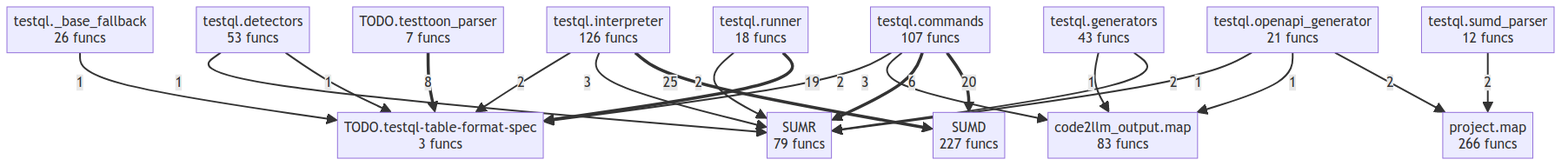
Earlier version of the Mermaid export project/compact_flow.png (oqlos/testql). Its source is kept beside it as project/compact_flow.mmd. The source it was exported from:
```mermaid
flowchart TD
    SUMD["SUMD<br/>227 funcs"]
    SUMR["SUMR<br/>79 funcs"]
    TODO__testql_table_format_spec["TODO.testql-table-format-spec<br/>3 funcs"]
    TODO__testtoon_parser["TODO.testtoon_parser<br/>7 funcs"]
    code2llm_output__map["code2llm_output.map<br/>83 funcs"]
    project__map["project.map<br/>266 funcs"]
    testql___base_fallback["testql._base_fallback<br/>26 funcs"]
    testql__commands["testql.commands<br/>107 funcs"]
    testql__detectors["testql.detectors<br/>53 funcs"]
    testql__generators["testql.generators<br/>43 funcs"]
    testql__interpreter["testql.interpreter<br/>126 funcs"]
    testql__openapi_generator["testql.openapi_generator<br/>21 funcs"]
    testql__runner["testql.runner<br/>18 funcs"]
    testql__sumd_parser["testql.sumd_parser<br/>12 funcs"]
    testql__interpreter ==>|25| SUMD
    testql__commands ==>|20| SUMD
    testql__runner ==>|19| TODO__testql_table_format_spec
    TODO__testtoon_parser ==>|8| TODO__testql_table_format_spec
    testql__commands ==>|6| SUMR
    testql__commands -->|3| code2llm_output__map
    testql__interpreter -->|3| SUMR
    testql__runner -->|2| SUMR
    testql__openapi_generator -->|2| project__map
    testql__sumd_parser -->|2| project__map
    testql__commands -->|2| TODO__testql_table_format_spec
    testql__interpreter -->|2| TODO__testql_table_format_spec
    testql__generators -->|2| SUMR
    testql__openapi_generator -->|1| code2llm_output__map
    testql__openapi_generator -->|1| SUMR
    testql___base_fallback -->|1| TODO__testql_table_format_spec
    testql__generators -->|1| code2llm_output__map
    testql__detectors -->|1| TODO__testql_table_format_spec
    testql__detectors -->|1| SUMR
```
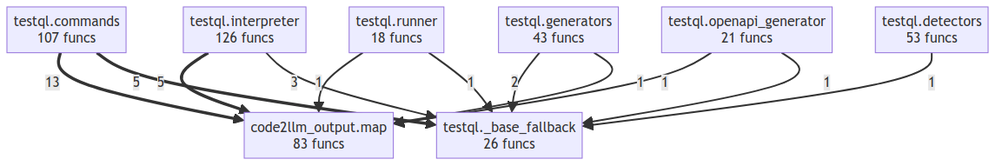
The same diagram one commit later.

What changed in the source:
```diff
@@ -1,10 +1,5 @@
 flowchart TD
-    SUMD["SUMD<br/>227 funcs"]
-    SUMR["SUMR<br/>79 funcs"]
-    TODO__testql_table_format_spec["TODO.testql-table-format-spec<br/>3 funcs"]
-    TODO__testtoon_parser["TODO.testtoon_parser<br/>7 funcs"]
     code2llm_output__map["code2llm_output.map<br/>83 funcs"]
-    project__map["project.map<br/>266 funcs"]
     testql___base_fallback["testql._base_fallback<br/>26 funcs"]
     testql__commands["testql.commands<br/>107 funcs"]
     testql__detectors["testql.detectors<br/>53 funcs"]
@@ -12,23 +7,14 @@
     testql__interpreter["testql.interpreter<br/>126 funcs"]
     testql__openapi_generator["testql.openapi_generator<br/>21 funcs"]
     testql__runner["testql.runner<br/>18 funcs"]
-    testql__sumd_parser["testql.sumd_parser<br/>12 funcs"]
-    testql__interpreter ==>|25| SUMD
-    testql__commands ==>|20| SUMD
-    testql__runner ==>|19| TODO__testql_table_format_spec
-    TODO__testtoon_parser ==>|8| TODO__testql_table_format_spec
-    testql__commands ==>|6| SUMR
-    testql__commands -->|3| code2llm_output__map
-    testql__interpreter -->|3| SUMR
-    testql__runner -->|2| SUMR
-    testql__openapi_generator -->|2| project__map
-    testql__sumd_parser -->|2| project__map
-    testql__commands -->|2| TODO__testql_table_format_spec
-    testql__interpreter -->|2| TODO__testql_table_format_spec
-    testql__generators -->|2| SUMR
+    testql__commands ==>|13| code2llm_output__map
+    testql__commands ==>|5| testql___base_fallback
+    testql__interpreter ==>|5| code2llm_output__map
+    testql__interpreter -->|3| testql___base_fallback
+    testql__generators -->|2| testql___base_fallback
+    testql__runner -->|1| code2llm_output__map
+    testql__runner -->|1| testql___base_fallback
     testql__openapi_generator -->|1| code2llm_output__map
-    testql__openapi_generator -->|1| SUMR
-    testql___base_fallback -->|1| TODO__testql_table_format_spec
+    testql__openapi_generator -->|1| testql___base_fallback
     testql__generators -->|1| code2llm_output__map
-    testql__detectors -->|1| TODO__testql_table_format_spec
-    testql__detectors -->|1| SUMR
+    testql__detectors -->|1| testql___base_fallback
```
